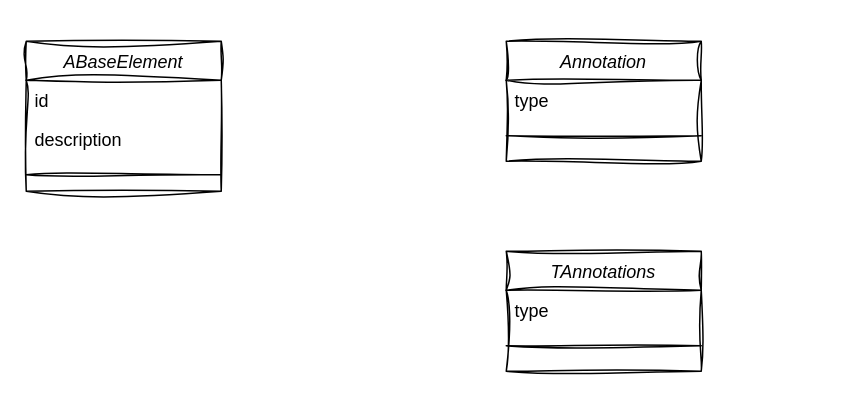
ws6672/diagrams keeps this draw.io diagram as 未命名绘图.drawio. Above is the earlier version. Source tidied: cells renumbered, new cells numbered last; positions are measured from the earlier drawing's top-left corner, leaving out a move shared by most shapes. Both pictures are drawn from the tidied source at 150%, with x=0, y=0 at pixel (26, 40).
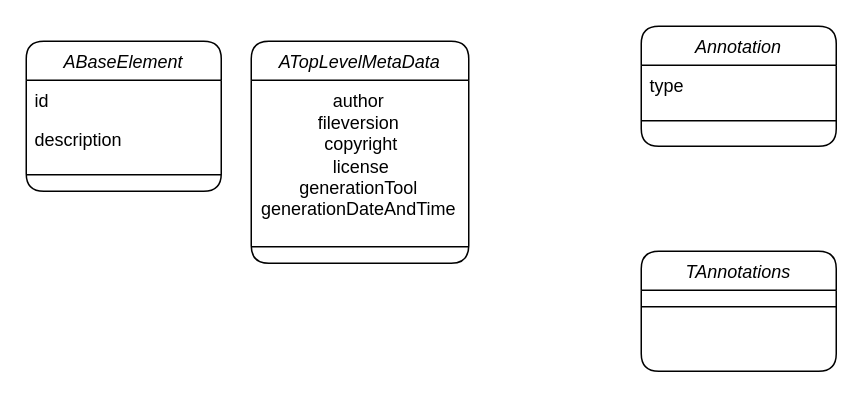
The same page after the edit.

Commit message (it also covers changes not shown here):
更新未命名绘图.drawio

Diff of the diagram source:
```diff
@@
 <mxGraphModel>
   <root>
     <mxCell id="0" />
     <mxCell id="1" parent="0" />
-    <mxCell id="2" value="ABaseElement" style="swimlane;fontStyle=2;align=center;verticalAlign=top;horizontal=1;startSize=26;rounded=0;shadow=0;strokeWidth=1;sketch=1;curveFitting=1;jiggle=2;" parent="1" vertex="1">
+    <mxCell id="2" value="ABaseElement" style="swimlane;fontStyle=2;align=center;verticalAlign=top;horizontal=1;startSize=26;rounded=1;shadow=0;strokeWidth=1;" parent="1" vertex="1">
       <mxGeometry width="130" height="100" as="geometry" />
     </mxCell>
-    <mxCell id="3" value="id" style="text;align=left;verticalAlign=top;spacingLeft=4;spacingRight=4;overflow=hidden;rounded=0;sketch=1;curveFitting=1;jiggle=2;" parent="2" vertex="1">
+    <mxCell id="3" value="id" style="text;align=left;verticalAlign=top;spacingLeft=4;spacingRight=4;overflow=hidden;rounded=1;" parent="2" vertex="1">
       <mxGeometry y="26" width="130" height="26" as="geometry" />
     </mxCell>
-    <mxCell id="4" value="description" style="text;align=left;verticalAlign=top;spacingLeft=4;spacingRight=4;overflow=hidden;rounded=0;shadow=0;html=0;sketch=1;curveFitting=1;jiggle=2;" parent="2" vertex="1">
+    <mxCell id="4" value="description" style="text;align=left;verticalAlign=top;spacingLeft=4;spacingRight=4;overflow=hidden;rounded=1;shadow=0;html=0;" parent="2" vertex="1">
       <mxGeometry y="52" width="130" height="26" as="geometry" />
     </mxCell>
-    <mxCell id="5" style="line;html=1;strokeWidth=1;align=left;verticalAlign=middle;spacingTop=-1;spacingLeft=3;spacingRight=3;labelPosition=right;rounded=0;sketch=1;curveFitting=1;jiggle=2;" parent="2" vertex="1">
+    <mxCell id="5" style="line;html=1;strokeWidth=1;align=left;verticalAlign=middle;spacingTop=-1;spacingLeft=3;spacingRight=3;labelPosition=right;rounded=1;" parent="2" vertex="1">
       <mxGeometry y="78" width="130" height="22" as="geometry" />
     </mxCell>
-    <mxCell id="6" value="Annotation" style="swimlane;fontStyle=2;align=center;verticalAlign=top;horizontal=1;startSize=26;rounded=0;shadow=0;strokeWidth=1;sketch=1;curveFitting=1;jiggle=2;" parent="1" vertex="1">
-      <mxGeometry x="320" width="130" height="80" as="geometry" />
+    <mxCell id="6" value="Annotation" style="swimlane;fontStyle=2;align=center;verticalAlign=top;horizontal=1;startSize=26;rounded=1;shadow=0;strokeWidth=1;" parent="1" vertex="1">
+      <mxGeometry x="410" y="-10" width="130" height="80" as="geometry" />
     </mxCell>
-    <mxCell id="7" value="type" style="text;align=left;verticalAlign=top;spacingLeft=4;spacingRight=4;overflow=hidden;rounded=0;sketch=1;curveFitting=1;jiggle=2;" parent="6" vertex="1">
+    <mxCell id="7" value="type" style="text;align=left;verticalAlign=top;spacingLeft=4;spacingRight=4;overflow=hidden;rounded=1;" parent="6" vertex="1">
       <mxGeometry y="26" width="130" height="26" as="geometry" />
     </mxCell>
-    <mxCell id="8" style="line;html=1;strokeWidth=1;align=left;verticalAlign=middle;spacingTop=-1;spacingLeft=3;spacingRight=3;labelPosition=right;rounded=0;sketch=1;curveFitting=1;jiggle=2;" parent="6" vertex="1">
+    <mxCell id="8" style="line;html=1;strokeWidth=1;align=left;verticalAlign=middle;spacingTop=-1;spacingLeft=3;spacingRight=3;labelPosition=right;rounded=1;" parent="6" vertex="1">
       <mxGeometry y="52" width="130" height="22" as="geometry" />
     </mxCell>
-    <mxCell id="9" value="TAnnotations" style="swimlane;fontStyle=2;align=center;verticalAlign=top;horizontal=1;startSize=26;rounded=0;shadow=0;strokeWidth=1;sketch=1;curveFitting=1;jiggle=2;" parent="1" vertex="1">
-      <mxGeometry x="320" y="140" width="130" height="80" as="geometry" />
+    <mxCell id="9" value="TAnnotations" style="swimlane;fontStyle=2;align=center;verticalAlign=top;horizontal=1;startSize=26;rounded=1;shadow=0;strokeWidth=1;" parent="1" vertex="1">
+      <mxGeometry x="410" y="140" width="130" height="80" as="geometry" />
     </mxCell>
-    <mxCell id="10" value="type" style="text;align=left;verticalAlign=top;spacingLeft=4;spacingRight=4;overflow=hidden;rounded=0;sketch=1;curveFitting=1;jiggle=2;" parent="9" vertex="1">
-      <mxGeometry y="26" width="130" height="26" as="geometry" />
-    </mxCell>
-    <mxCell id="11" style="line;html=1;strokeWidth=1;align=left;verticalAlign=middle;spacingTop=-1;spacingLeft=3;spacingRight=3;labelPosition=right;rounded=0;sketch=1;curveFitting=1;jiggle=2;" parent="9" vertex="1">
-      <mxGeometry y="52" width="130" height="22" as="geometry" />
+    <mxCell id="11" style="line;html=1;strokeWidth=1;align=left;verticalAlign=middle;spacingTop=-1;spacingLeft=3;spacingRight=3;labelPosition=right;rounded=1;" parent="9" vertex="1">
+      <mxGeometry y="26" width="130" height="22" as="geometry" />
     </mxCell>
+    <mxCell id="12" value="ATopLevelMetaData" style="swimlane;fontStyle=2;align=center;verticalAlign=top;horizontal=1;startSize=26;rounded=1;shadow=0;strokeWidth=1;" parent="1" vertex="1">
+      <mxGeometry x="150" width="145" height="148" as="geometry" />
+    </mxCell>
+    <mxCell id="13" value="author&amp;nbsp;&lt;br&gt;fileversion&amp;nbsp;&lt;br&gt;copyright&lt;br&gt;license&lt;br&gt;generationTool&amp;nbsp;&lt;br&gt;generationDateAndTime&amp;nbsp;" style="text;html=1;align=center;verticalAlign=middle;strokeColor=none;fillColor=none;" parent="12" vertex="1">
+      <mxGeometry y="26" width="145" height="100" as="geometry" />
+    </mxCell>
+    <mxCell id="14" style="line;html=1;strokeWidth=1;align=left;verticalAlign=middle;spacingTop=-1;spacingLeft=3;spacingRight=3;labelPosition=right;rounded=1;" parent="12" vertex="1">
+      <mxGeometry y="126" width="145" height="22" as="geometry" />
+    </mxCell>
   </root>
 </mxGraphModel>
```
